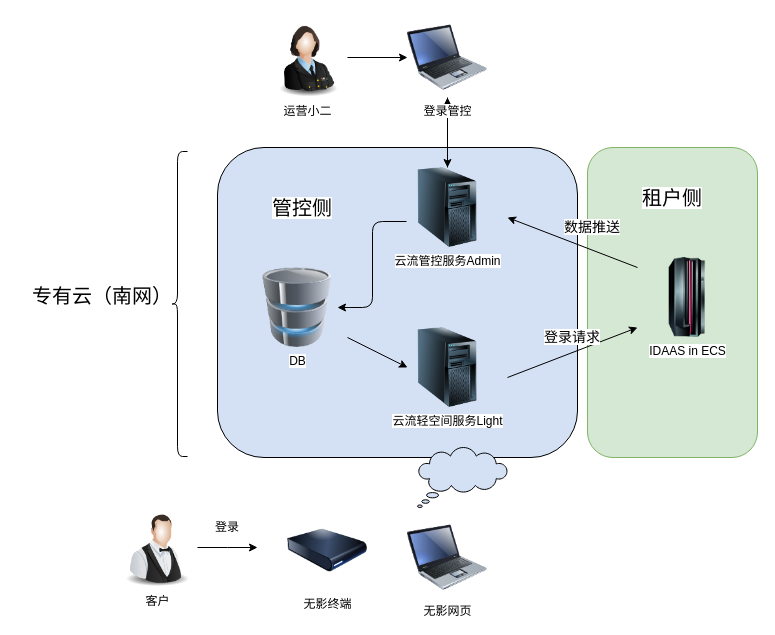
chenkangzeng/appstreaming keeps this draw.io diagram as Idaas_net.drawio. Above is the earlier version. Source tidied: cells renumbered, new cells numbered last; positions are measured from the earlier drawing's top-left corner, leaving out a move shared by most shapes. Both pictures are drawn from the tidied source at 100%, with x=0, y=0 at pixel (17, 17).
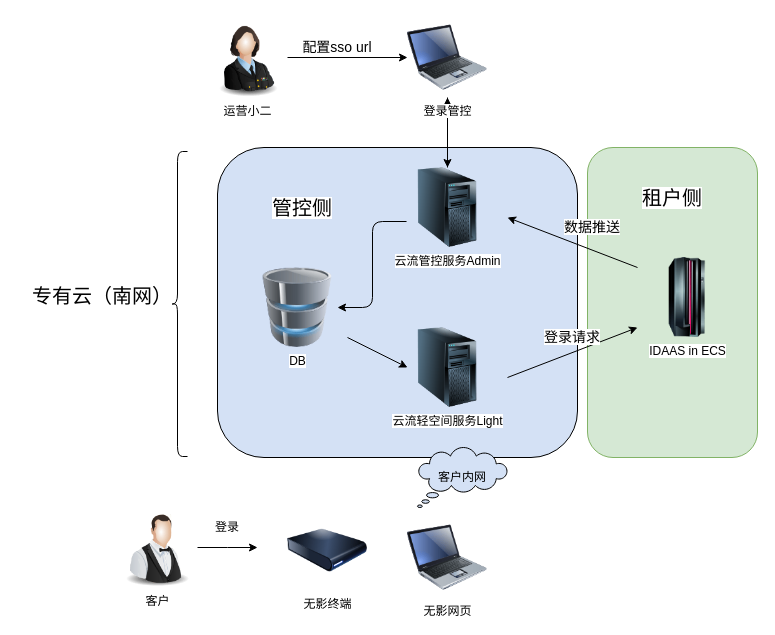
The same page after the edit.

What changed in the source:
```diff
@@
-    <mxCell id="21" style="whiteSpace=wrap;html=1;shape=mxgraph.basic.cloud_callout;fillColor=#D4E1F5;" parent="1" vertex="1">
+    <mxCell id="21" value="客户内网" style="whiteSpace=wrap;html=1;shape=mxgraph.basic.cloud_callout;fillColor=#D4E1F5;" parent="1" vertex="1">
       <mxGeometry x="400" y="430" width="90" height="60" as="geometry" />
     </mxCell>
@@
     <mxCell id="28" value="运营小二" style="image;html=1;image=img/lib/clip_art/people/Military_Officer_Woman_128x128.png;fillColor=#D4E1F5;" parent="1" vertex="1">
-      <mxGeometry x="250" width="80" height="80" as="geometry" />
+      <mxGeometry x="190" width="80" height="80" as="geometry" />
     </mxCell>
+    <mxCell id="29" value="&lt;font style=&quot;font-size: 14px&quot;&gt;配置sso url&lt;/font&gt;" style="text;html=1;strokeColor=none;fillColor=none;align=center;verticalAlign=middle;whiteSpace=wrap;rounded=0;" parent="1" vertex="1">
+      <mxGeometry x="280" y="20" width="80" height="20" as="geometry" />
+    </mxCell>
```
